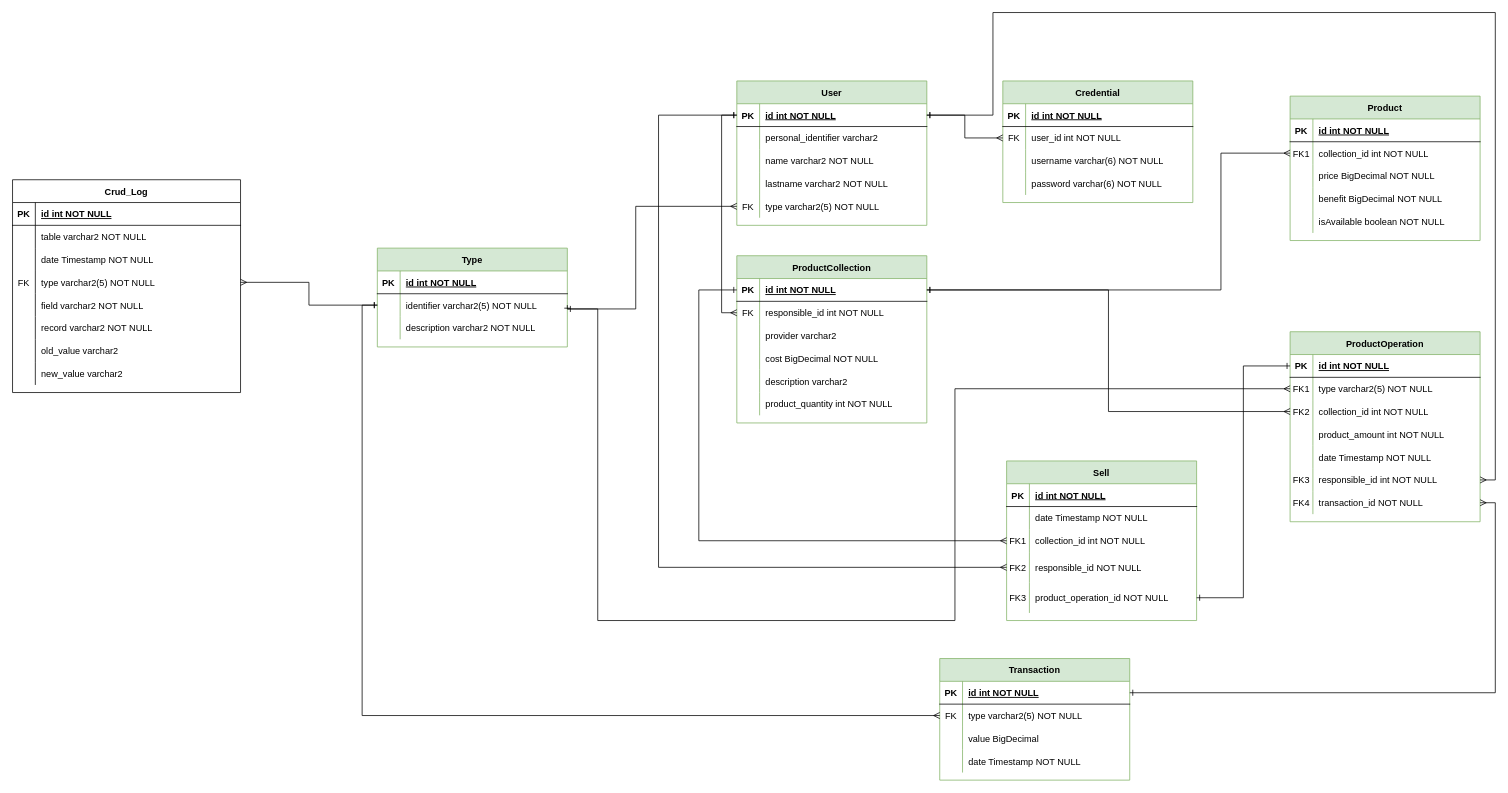
This is database/diagram1.0.drawio from NM4TT/Octoger, a draw.io file, before an edit. Source tidied: cells renumbered, new cells numbered last; positions are measured from the earlier drawing's top-left corner, leaving out a move shared by most shapes. Both pictures are drawn from the tidied source at 76%, with x=0, y=0 at pixel (12, 12).
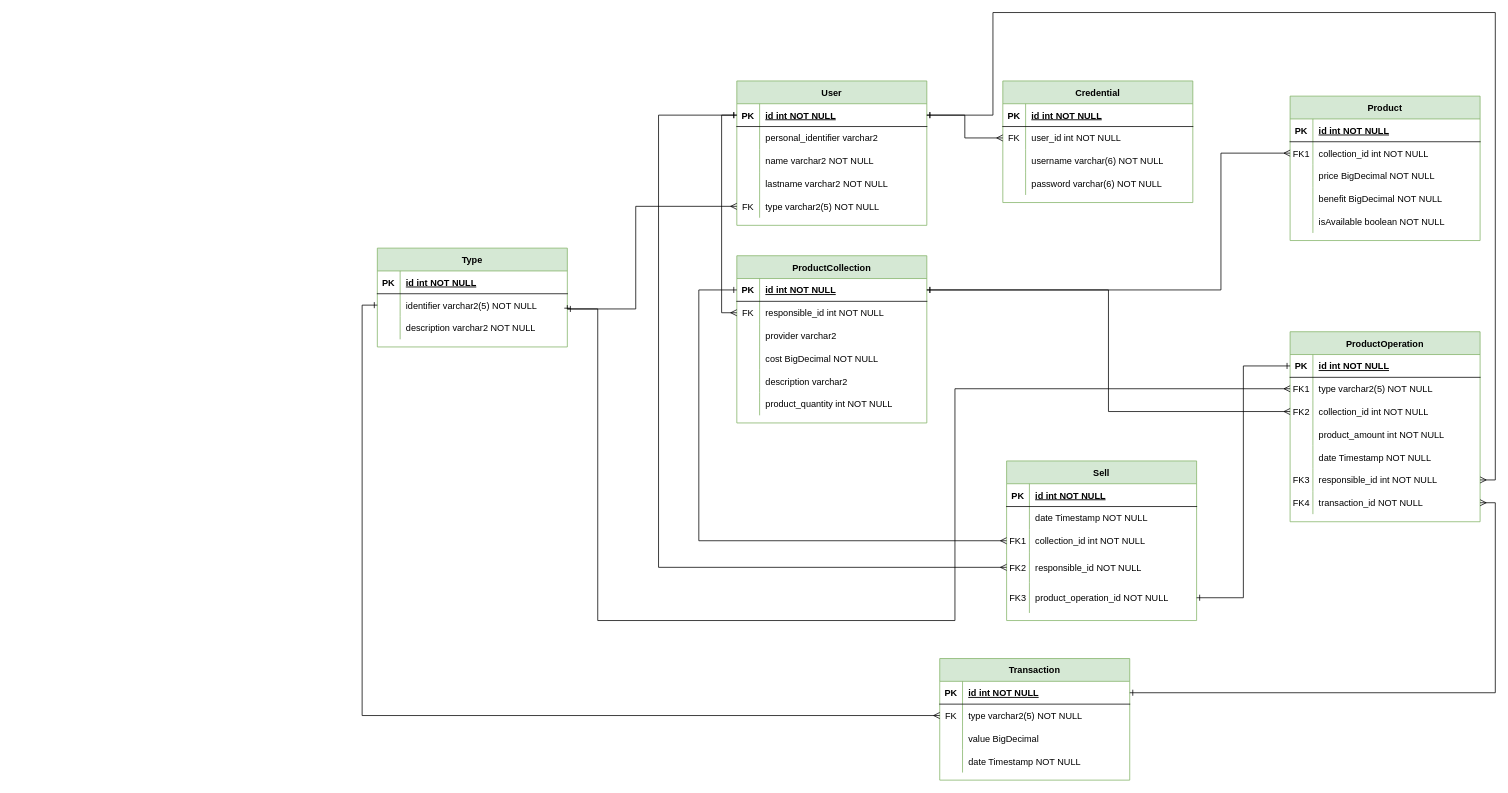
The same page after the edit.

The change refers to these unchanged cells:
```xml
<mxCell id="104" style="shape=partialRectangle;fillColor=none;points=[[0,0.5],[1,0.5]];portConstraint=eastwest;top=0;left=0;right=0;bottom=0;" parent="100" vertex="1">
  <mxGeometry y="60" width="250" height="30" as="geometry" />
</mxCell>
```

The edit, as a diff of the source:
```diff
@@
-    <mxCell id="112" value="Crud_Log" style="shape=table;startSize=30;childLayout=tableLayout;rowLines=0;fontStyle=1;align=center;" parent="1" vertex="1">
-      <mxGeometry y="220" width="300" height="280" as="geometry" />
-    </mxCell>
-    <mxCell id="113" style="shape=partialRectangle;fillColor=none;top=0;left=0;right=0;bottom=1;" parent="112" vertex="1">
-      <mxGeometry y="30" width="300" height="30" as="geometry" />
-    </mxCell>
-    <mxCell id="114" value="PK" style="shape=partialRectangle;overflow=hidden;fillColor=none;top=0;left=0;bottom=0;right=0;fontStyle=1;" parent="113" vertex="1">
-      <mxGeometry width="30" height="30" as="geometry" />
-    </mxCell>
-    <mxCell id="115" value="id int NOT NULL" style="shape=partialRectangle;overflow=hidden;fillColor=none;top=0;left=0;bottom=0;right=0;align=left;spacingLeft=6;fontStyle=5;" parent="113" vertex="1">
-      <mxGeometry x="30" width="270" height="30" as="geometry" />
-    </mxCell>
-    <mxCell id="116" style="shape=partialRectangle;fillColor=none;top=0;left=0;right=0;bottom=0;" parent="112" vertex="1">
-      <mxGeometry y="60" width="300" height="30" as="geometry" />
-    </mxCell>
-    <mxCell id="117" style="shape=partialRectangle;overflow=hidden;fillColor=none;top=0;left=0;bottom=0;right=0;" parent="116" vertex="1">
-      <mxGeometry width="30" height="30" as="geometry" />
-    </mxCell>
-    <mxCell id="118" value="table varchar2 NOT NULL" style="shape=partialRectangle;overflow=hidden;fillColor=none;top=0;left=0;bottom=0;right=0;align=left;spacingLeft=6;" parent="116" vertex="1">
-      <mxGeometry x="30" width="270" height="30" as="geometry" />
-    </mxCell>
-    <mxCell id="119" style="shape=partialRectangle;fillColor=none;top=0;left=0;right=0;bottom=0;" parent="112" vertex="1">
-      <mxGeometry y="90" width="300" height="30" as="geometry" />
-    </mxCell>
-    <mxCell id="120" style="shape=partialRectangle;overflow=hidden;fillColor=none;top=0;left=0;bottom=0;right=0;" parent="119" vertex="1">
-      <mxGeometry width="30" height="30" as="geometry" />
-    </mxCell>
-    <mxCell id="121" value="date Timestamp NOT NULL" style="shape=partialRectangle;overflow=hidden;fillColor=none;top=0;left=0;bottom=0;right=0;align=left;spacingLeft=6;" parent="119" vertex="1">
-      <mxGeometry x="30" width="270" height="30" as="geometry" />
-    </mxCell>
-    <mxCell id="122" style="shape=partialRectangle;fillColor=none;points=[[0,0.5],[1,0.5]];portConstraint=eastwest;top=0;left=0;right=0;bottom=0;" parent="112" vertex="1">
-      <mxGeometry y="120" width="300" height="30" as="geometry" />
-    </mxCell>
-    <mxCell id="123" value="FK" style="shape=partialRectangle;overflow=hidden;fillColor=none;top=0;left=0;bottom=0;right=0;" parent="122" vertex="1">
-      <mxGeometry width="30" height="30" as="geometry" />
-    </mxCell>
-    <mxCell id="124" value="type varchar2(5) NOT NULL" style="shape=partialRectangle;overflow=hidden;fillColor=none;top=0;left=0;bottom=0;right=0;align=left;spacingLeft=6;" parent="122" vertex="1">
-      <mxGeometry x="30" width="270" height="30" as="geometry" />
-    </mxCell>
-    <mxCell id="125" style="shape=partialRectangle;fillColor=none;top=0;left=0;right=0;bottom=0;" parent="112" vertex="1">
-      <mxGeometry y="150" width="300" height="30" as="geometry" />
-    </mxCell>
-    <mxCell id="126" style="shape=partialRectangle;overflow=hidden;fillColor=none;top=0;left=0;bottom=0;right=0;" parent="125" vertex="1">
-      <mxGeometry width="30" height="30" as="geometry" />
-    </mxCell>
-    <mxCell id="127" value="field varchar2 NOT NULL" style="shape=partialRectangle;overflow=hidden;fillColor=none;top=0;left=0;bottom=0;right=0;align=left;spacingLeft=6;" parent="125" vertex="1">
-      <mxGeometry x="30" width="270" height="30" as="geometry" />
-    </mxCell>
-    <mxCell id="128" style="shape=partialRectangle;fillColor=none;top=0;left=0;right=0;bottom=0;" parent="112" vertex="1">
-      <mxGeometry y="180" width="300" height="30" as="geometry" />
-    </mxCell>
-    <mxCell id="129" style="shape=partialRectangle;overflow=hidden;fillColor=none;top=0;left=0;bottom=0;right=0;" parent="128" vertex="1">
-      <mxGeometry width="30" height="30" as="geometry" />
-    </mxCell>
-    <mxCell id="130" value="record varchar2 NOT NULL" style="shape=partialRectangle;overflow=hidden;fillColor=none;top=0;left=0;bottom=0;right=0;align=left;spacingLeft=6;" parent="128" vertex="1">
-      <mxGeometry x="30" width="270" height="30" as="geometry" />
-    </mxCell>
-    <mxCell id="131" style="shape=partialRectangle;fillColor=none;top=0;left=0;right=0;bottom=0;" parent="112" vertex="1">
-      <mxGeometry y="210" width="300" height="30" as="geometry" />
-    </mxCell>
-    <mxCell id="132" style="shape=partialRectangle;overflow=hidden;fillColor=none;top=0;left=0;bottom=0;right=0;" parent="131" vertex="1">
-      <mxGeometry width="30" height="30" as="geometry" />
-    </mxCell>
-    <mxCell id="133" value="old_value varchar2" style="shape=partialRectangle;overflow=hidden;fillColor=none;top=0;left=0;bottom=0;right=0;align=left;spacingLeft=6;" parent="131" vertex="1">
-      <mxGeometry x="30" width="270" height="30" as="geometry" />
-    </mxCell>
-    <mxCell id="134" style="shape=partialRectangle;fillColor=none;top=0;left=0;right=0;bottom=0;" parent="112" vertex="1">
-      <mxGeometry y="240" width="300" height="30" as="geometry" />
-    </mxCell>
-    <mxCell id="135" style="shape=partialRectangle;overflow=hidden;fillColor=none;top=0;left=0;bottom=0;right=0;" parent="134" vertex="1">
-      <mxGeometry width="30" height="30" as="geometry" />
-    </mxCell>
-    <mxCell id="136" value="new_value varchar2" style="shape=partialRectangle;overflow=hidden;fillColor=none;top=0;left=0;bottom=0;right=0;align=left;spacingLeft=6;" parent="134" vertex="1">
-      <mxGeometry x="30" width="270" height="30" as="geometry" />
-    </mxCell>
-    <mxCell id="137" style="edgeStyle=orthogonalEdgeStyle;rounded=0;jettySize=auto;html=1;exitX=1;exitY=0.5;exitDx=0;exitDy=0;entryX=0;entryY=0.5;entryDx=0;entryDy=0;startArrow=ERmany;startFill=0;endArrow=ERone;endFill=0;sourcePerimeterSpacing=0;targetPerimeterSpacing=0;" parent="1" edge="1" source="122" target="104">
-      <mxGeometry relative="1" as="geometry" />
-    </mxCell>
```
